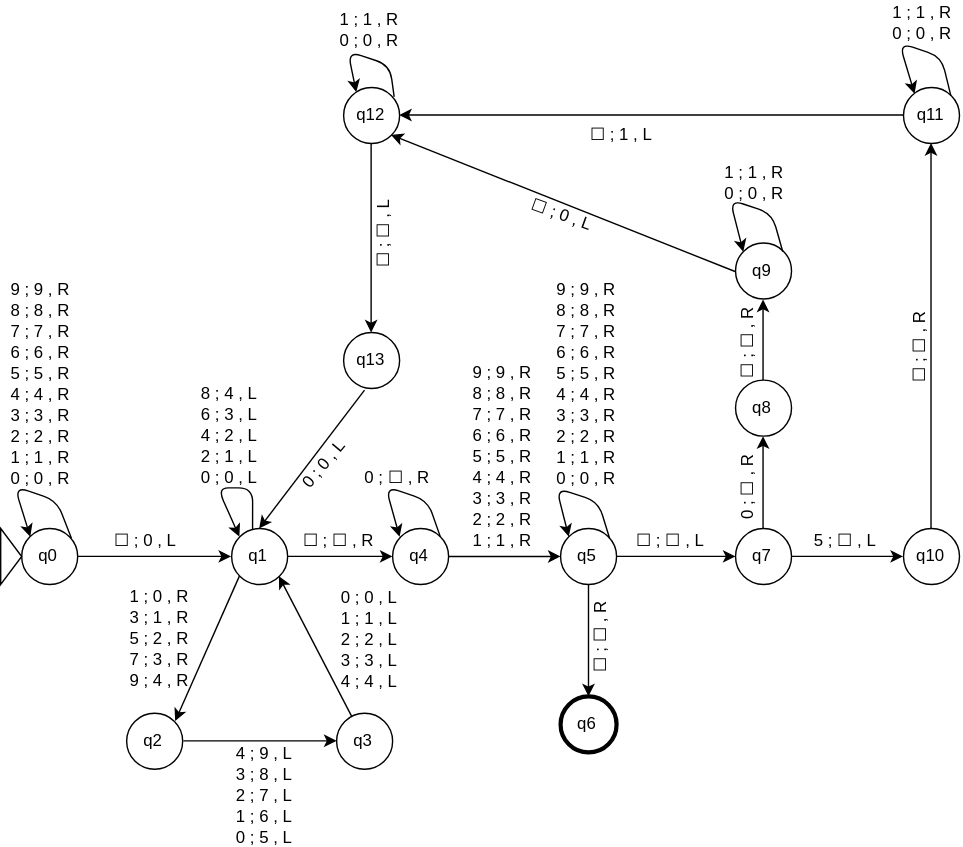
The draw.io diagram MT_DecBin.svg in oscarr1605/MT_DecBin, before a commit. Source tidied: cells renumbered, new cells last; positions are measured from the earlier drawing's top-left corner, leaving out a move shared by most shapes.
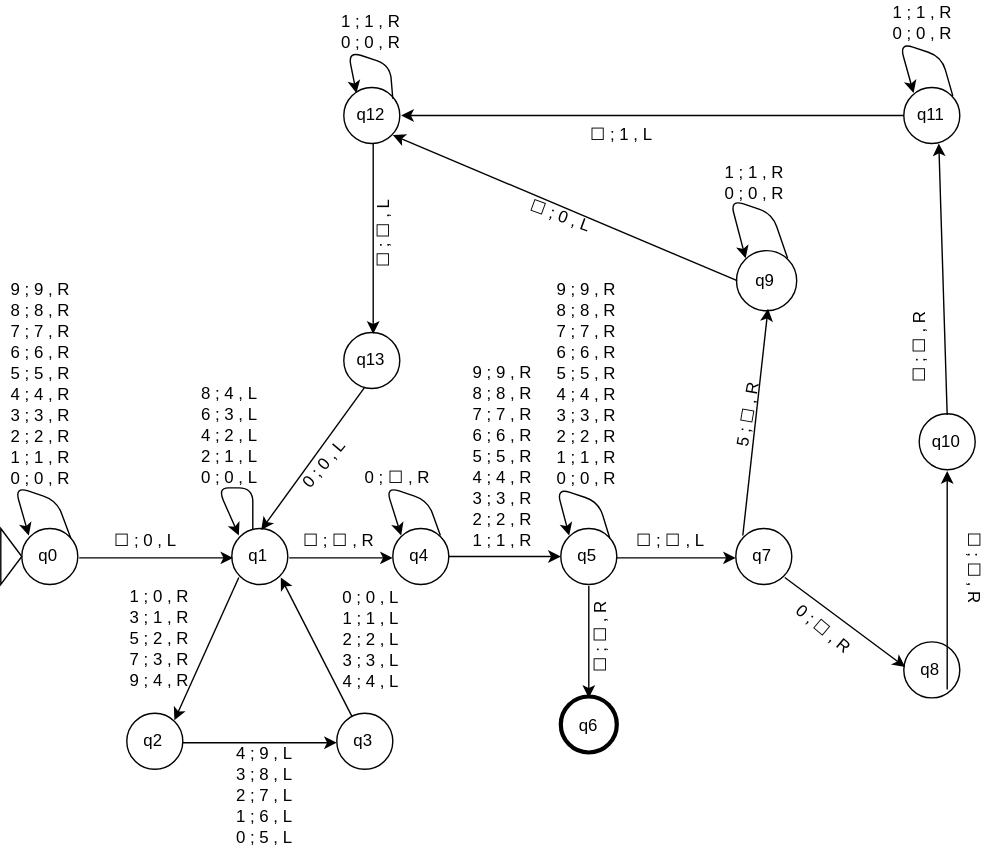
Above is the later version.

Commit message:
fix diagram and transitions

What changed in the source:
```diff
@@ -44,9 +44,8 @@
     <mxCell id="15" style="endArrow=classic;html=1;entryX=0;entryY=0.5;exitX=1;exitY=0.5;" parent="1" edge="1" source="2" target="11">
       <mxGeometry relative="1" as="geometry" />
     </mxCell>
-    <mxCell id="16" style="endArrow=classic;html=1;exitX=1;exitY=0;" parent="1" edge="1" source="11">
+    <mxCell id="16" style="endArrow=classic;html=1;exitX=1;exitY=0;entryX=0;entryY=0;" parent="1" edge="1" source="11" target="11">
       <mxGeometry relative="1" as="geometry">
-        <mxPoint x="285" y="383" as="targetPoint" />
         <Array as="points">
           <mxPoint x="305" y="357" />
           <mxPoint x="275" y="347" />
@@ -62,12 +61,6 @@
         </Array>
       </mxGeometry>
     </mxCell>
-    <mxCell id="18" style="edgeStyle=orthogonalEdgeStyle;rounded=0;html=1;exitX=1;exitY=0.5;entryX=0;entryY=0.5;jettySize=auto;" parent="1" edge="1" source="20" target="24">
-      <mxGeometry relative="1" as="geometry" />
-    </mxCell>
-    <mxCell id="19" style="edgeStyle=orthogonalEdgeStyle;rounded=0;html=1;exitX=0.5;exitY=0;entryX=0.5;entryY=1;jettySize=auto;" parent="1" edge="1" source="20" target="32">
-      <mxGeometry relative="1" as="geometry" />
-    </mxCell>
     <mxCell id="20" value="q7" style="ellipse;whiteSpace=wrap;html=1;" parent="1" vertex="1">
       <mxGeometry x="525" y="377" width="40" height="40" as="geometry" />
     </mxCell>
@@ -77,11 +70,8 @@
     <mxCell id="22" style="triangle;whiteSpace=wrap;html=1;strokeWidth=1;" parent="1" vertex="1">
       <mxGeometry y="377" width="15" height="40" as="geometry" />
     </mxCell>
-    <mxCell id="23" style="edgeStyle=orthogonalEdgeStyle;rounded=0;html=1;exitX=0.5;exitY=0;entryX=0.5;entryY=1;jettySize=auto;" parent="1" edge="1" source="24" target="26">
-      <mxGeometry relative="1" as="geometry" />
-    </mxCell>
     <mxCell id="24" value="q10" style="ellipse;whiteSpace=wrap;html=1;" parent="1" vertex="1">
-      <mxGeometry x="645" y="377" width="40" height="40" as="geometry" />
+      <mxGeometry x="656" y="295" width="40" height="40" as="geometry" />
     </mxCell>
     <mxCell id="25" style="edgeStyle=orthogonalEdgeStyle;rounded=0;html=1;exitX=0;exitY=0.5;entryX=1;entryY=0.5;jettySize=auto;" parent="1" edge="1" source="26" target="30">
       <mxGeometry relative="1" as="geometry" />
@@ -92,7 +82,7 @@
     <mxCell id="27" value="q13" style="ellipse;whiteSpace=wrap;html=1;" parent="1" vertex="1">
       <mxGeometry x="245" y="237" width="40" height="40" as="geometry" />
     </mxCell>
-    <mxCell id="28" style="endArrow=classic;html=1;entryX=0.5;entryY=0;exitX=0.374;exitY=1.026;exitPerimeter=0;" parent="1" edge="1" source="27" target="2">
+    <mxCell id="28" style="endArrow=classic;html=1;entryX=0.5;entryY=0;exitX=0.388;exitY=0.979;exitPerimeter=0;" parent="1" edge="1" source="27" target="2">
       <mxGeometry relative="1" as="geometry" />
     </mxCell>
     <mxCell id="29" style="edgeStyle=orthogonalEdgeStyle;rounded=0;html=1;exitX=0.5;exitY=1;entryX=0.5;entryY=0;jettySize=auto;" parent="1" edge="1" source="30" target="27">
@@ -101,14 +91,11 @@
     <mxCell id="30" value="q12" style="ellipse;whiteSpace=wrap;html=1;" parent="1" vertex="1">
       <mxGeometry x="245" y="62" width="40" height="40" as="geometry" />
     </mxCell>
-    <mxCell id="31" style="edgeStyle=orthogonalEdgeStyle;rounded=0;html=1;exitX=0.5;exitY=0;entryX=0.5;entryY=1;jettySize=auto;" parent="1" edge="1" source="32" target="33">
-      <mxGeometry relative="1" as="geometry" />
-    </mxCell>
     <mxCell id="32" value="q8" style="ellipse;whiteSpace=wrap;html=1;" parent="1" vertex="1">
-      <mxGeometry x="525" y="271" width="40" height="40" as="geometry" />
+      <mxGeometry x="645" y="458" width="40" height="40" as="geometry" />
     </mxCell>
     <mxCell id="33" value="q9" style="ellipse;whiteSpace=wrap;html=1;" parent="1" vertex="1">
-      <mxGeometry x="525" y="173" width="40" height="40" as="geometry" />
+      <mxGeometry x="525" y="178" width="43" height="43" as="geometry" />
     </mxCell>
     <mxCell id="34" style="endArrow=classic;html=1;entryX=1;entryY=1;exitX=0;exitY=0.5;" parent="1" edge="1" source="33" target="30">
       <mxGeometry relative="1" as="geometry" />
@@ -246,14 +233,14 @@
     <mxCell id="75" value="☐&amp;nbsp;;&amp;nbsp;&lt;span&gt;☐&lt;/span&gt;&amp;nbsp;, L" style="text;html=1;strokeColor=none;fillColor=none;align=center;verticalAlign=middle;whiteSpace=wrap;rounded=0;" parent="1" vertex="1">
       <mxGeometry x="450" y="377" width="55" height="15" as="geometry" />
     </mxCell>
-    <mxCell id="76" value="5 ;&amp;nbsp;&lt;span&gt;☐&lt;/span&gt;&amp;nbsp;, L" style="text;html=1;strokeColor=none;fillColor=none;align=center;verticalAlign=middle;whiteSpace=wrap;rounded=0;" parent="1" vertex="1">
-      <mxGeometry x="575" y="377" width="55" height="15" as="geometry" />
+    <mxCell id="76" value="5 ;&amp;nbsp;&lt;span&gt;☐&lt;/span&gt;&amp;nbsp;, R" style="text;html=1;strokeColor=none;fillColor=none;align=center;verticalAlign=middle;whiteSpace=wrap;rounded=0;rotation=-80;" parent="1" vertex="1">
+      <mxGeometry x="505" y="288" width="55" height="15" as="geometry" />
     </mxCell>
-    <mxCell id="77" value="0 ;&amp;nbsp;&lt;span&gt;☐&lt;/span&gt;&amp;nbsp;, R" style="text;html=1;strokeColor=none;fillColor=none;align=center;verticalAlign=middle;whiteSpace=wrap;rounded=0;rotation=-90;" parent="1" vertex="1">
-      <mxGeometry x="505.3" y="340" width="55" height="15" as="geometry" />
+    <mxCell id="77" value="0 ;&amp;nbsp;&lt;span&gt;☐&lt;/span&gt;&amp;nbsp;, R" style="text;html=1;strokeColor=none;fillColor=none;align=center;verticalAlign=middle;whiteSpace=wrap;rounded=0;rotation=40;" parent="1" vertex="1">
+      <mxGeometry x="560.3" y="440" width="55" height="15" as="geometry" />
     </mxCell>
-    <mxCell id="78" value="☐&amp;nbsp;;&amp;nbsp;&lt;span&gt;☐&lt;/span&gt;&amp;nbsp;, R" style="text;html=1;strokeColor=none;fillColor=none;align=center;verticalAlign=middle;whiteSpace=wrap;rounded=0;rotation=-90;" parent="1" vertex="1">
-      <mxGeometry x="505.3" y="237" width="55" height="15" as="geometry" />
+    <mxCell id="78" value="☐&amp;nbsp;;&amp;nbsp;&lt;span&gt;☐&lt;/span&gt;&amp;nbsp;, R" style="text;html=1;strokeColor=none;fillColor=none;align=center;verticalAlign=middle;whiteSpace=wrap;rounded=0;rotation=90;" parent="1" vertex="1">
+      <mxGeometry x="668" y="400" width="55" height="9" as="geometry" />
     </mxCell>
     <mxCell id="79" style="endArrow=classic;html=1;entryX=0;entryY=0;exitX=1;exitY=0;" parent="1" edge="1" source="33" target="33">
       <mxGeometry relative="1" as="geometry">
@@ -301,7 +288,7 @@
       <mxGeometry x="241" y="6" width="45" height="15" as="geometry" />
     </mxCell>
     <mxCell id="89" value="&lt;span&gt;☐&lt;/span&gt;&amp;nbsp;; 0 , L" style="text;html=1;strokeColor=none;fillColor=none;align=center;verticalAlign=middle;whiteSpace=wrap;rounded=0;rotation=20;" parent="1" vertex="1">
-      <mxGeometry x="373" y="144" width="55" height="15" as="geometry" />
+      <mxGeometry x="372" y="145" width="55" height="15" as="geometry" />
     </mxCell>
     <mxCell id="90" value="☐&amp;nbsp;;&amp;nbsp;&lt;span&gt;☐&lt;/span&gt;&amp;nbsp;, L" style="text;html=1;strokeColor=none;fillColor=none;align=center;verticalAlign=middle;whiteSpace=wrap;rounded=0;rotation=-90;" parent="1" vertex="1">
       <mxGeometry x="245" y="159" width="55" height="15" as="geometry" />
@@ -357,5 +344,19 @@
     <mxCell id="107" value="☐&amp;nbsp;;&amp;nbsp;&lt;span&gt;☐&lt;/span&gt;&amp;nbsp;, R" style="text;html=1;strokeColor=none;fillColor=none;align=center;verticalAlign=middle;whiteSpace=wrap;rounded=0;rotation=-90;" parent="1" vertex="1">
       <mxGeometry x="400" y="447" width="55" height="15" as="geometry" />
     </mxCell>
+    <mxCell id="108" style="endArrow=classic;html=1;entryX=0.5;entryY=1;exitX=0.775;exitY=0.825;exitPerimeter=0;" parent="1" edge="1" source="32" target="24">
+      <mxGeometry relative="1" as="geometry" />
+    </mxCell>
+    <mxCell id="109" style="endArrow=classic;html=1;exitX=1;exitY=1;" parent="1" edge="1" source="20">
+      <mxGeometry relative="1" as="geometry">
+        <mxPoint x="646" y="476" as="targetPoint" />
+      </mxGeometry>
+    </mxCell>
+    <mxCell id="110" style="endArrow=classic;html=1;entryX=0.552;entryY=0.98;exitX=0;exitY=0;entryPerimeter=0;" parent="1" edge="1" source="20" target="33">
+      <mxGeometry relative="1" as="geometry" />
+    </mxCell>
+    <mxCell id="23" style="endArrow=classic;html=1;exitX=0.5;exitY=0;entryX=0.629;entryY=0.984;entryPerimeter=0;" parent="1" edge="1" source="24" target="26">
+      <mxGeometry relative="1" as="geometry" />
+    </mxCell>
   </root>
 </mxGraphModel>
```
